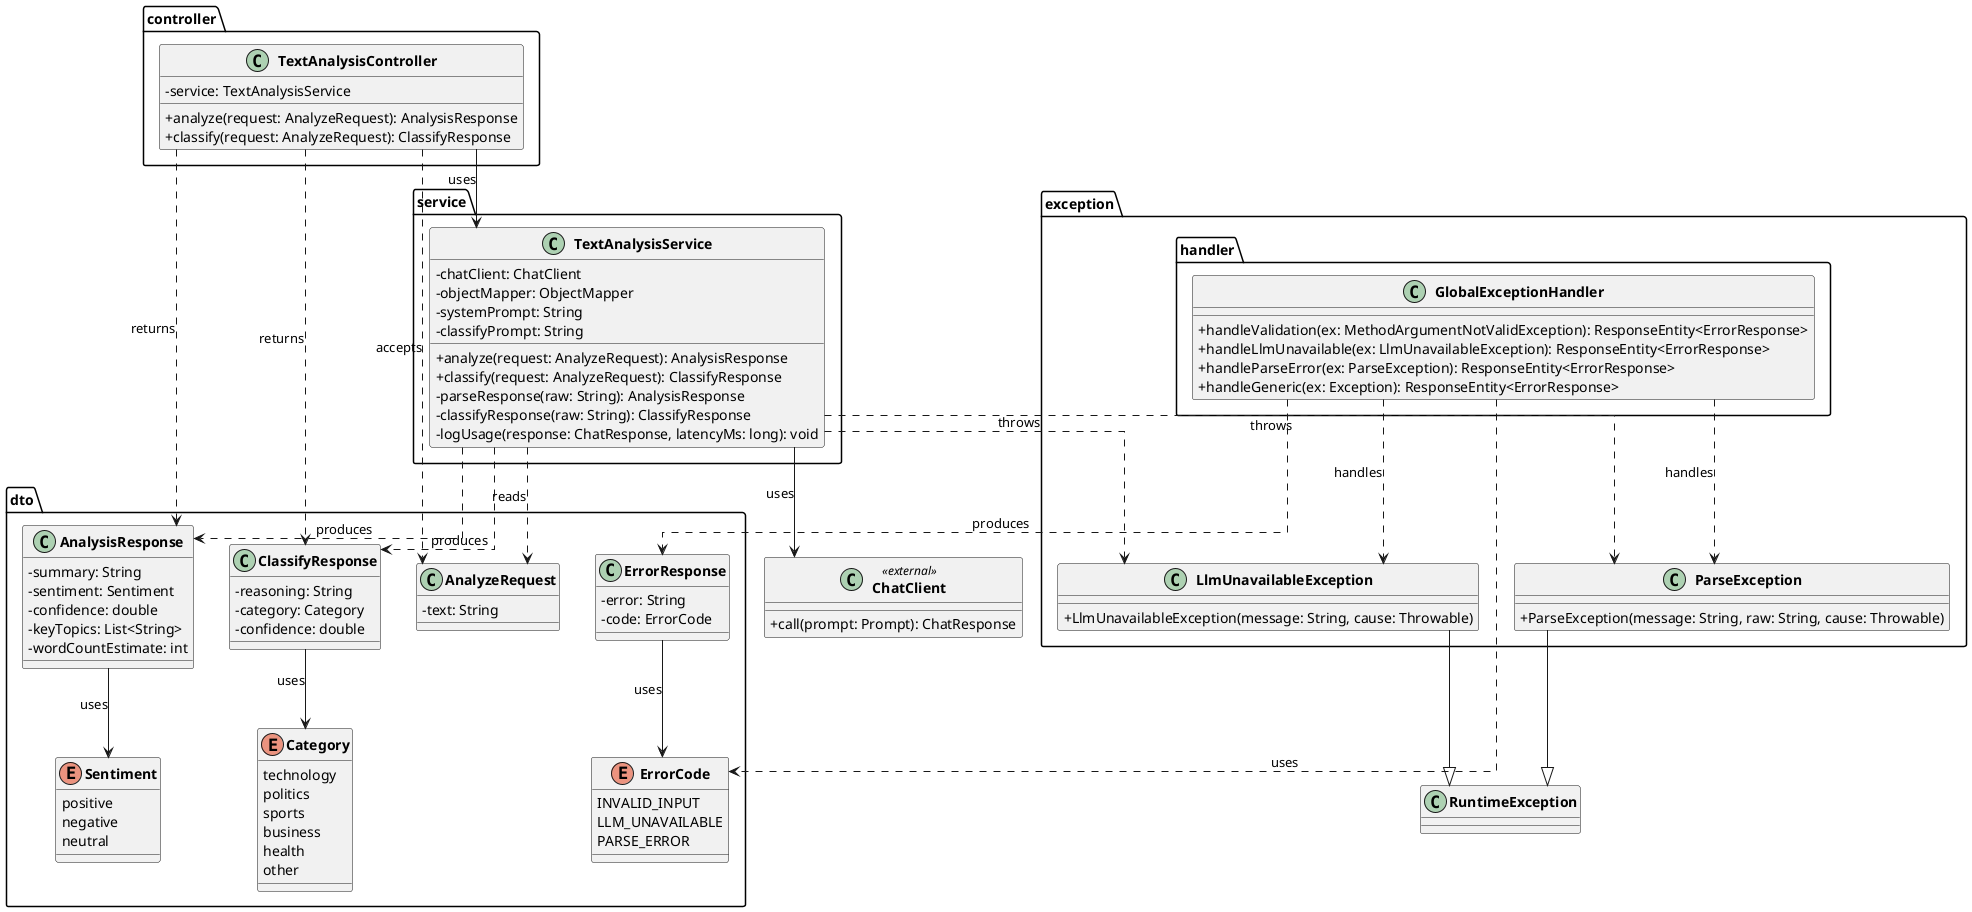
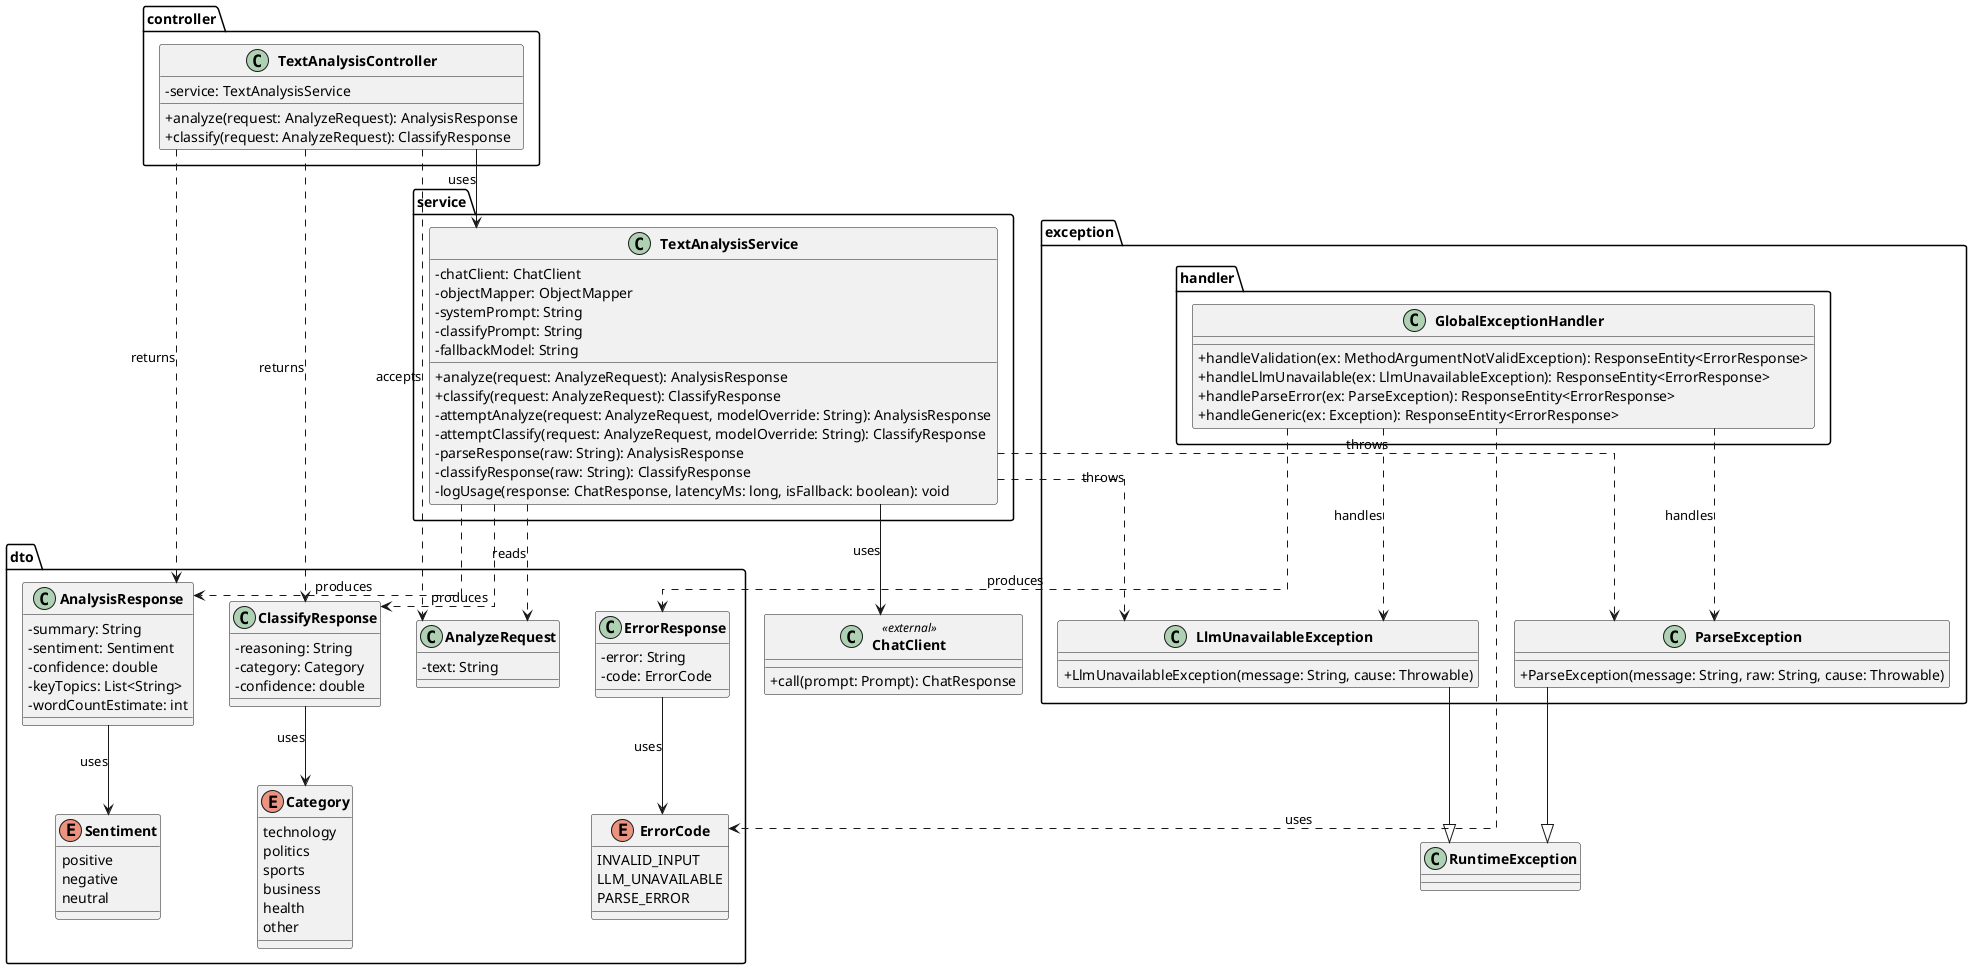
@startuml class-diagram

skinparam classAttributeIconSize 0
skinparam classFontStyle bold
skinparam linetype ortho

package "controller" {
  class TextAnalysisController {
    - service: TextAnalysisService
    + analyze(request: AnalyzeRequest): AnalysisResponse
    + classify(request: AnalyzeRequest): ClassifyResponse
  }
}

package "service" {
  class TextAnalysisService {
    - chatClient: ChatClient
    - objectMapper: ObjectMapper
    - systemPrompt: String
    - classifyPrompt: String
+     ' Week 3
+     - fallbackModel: String
    + analyze(request: AnalyzeRequest): AnalysisResponse
    + classify(request: AnalyzeRequest): ClassifyResponse
+     - attemptAnalyze(request: AnalyzeRequest, modelOverride: String): AnalysisResponse
+     - attemptClassify(request: AnalyzeRequest, modelOverride: String): ClassifyResponse
    - parseResponse(raw: String): AnalysisResponse
    - classifyResponse(raw: String): ClassifyResponse
-     - logUsage(response: ChatResponse, latencyMs: long): void
+     - logUsage(response: ChatResponse, latencyMs: long, isFallback: boolean): void
  }
}

package "dto" {
  class AnalyzeRequest {
    - text: String
  }

  ' Week 1
  class AnalysisResponse {
    - summary: String
    - sentiment: Sentiment
    - confidence: double
    - keyTopics: List<String>
    - wordCountEstimate: int
  }

  enum Sentiment {
    positive
    negative
    neutral
  }

  ' Week 2
  class ClassifyResponse {
    - reasoning: String
    - category: Category
    - confidence: double
  }

  enum Category {
    technology
    politics
    sports
    business
    health
    other
  }

  class ErrorResponse {
    - error: String
    - code: ErrorCode
  }

  enum ErrorCode {
    INVALID_INPUT
    LLM_UNAVAILABLE
    PARSE_ERROR
  }
}

package "exception" {
  class LlmUnavailableException {
    + LlmUnavailableException(message: String, cause: Throwable)
  }

  class ParseException {
    + ParseException(message: String, raw: String, cause: Throwable)
  }
}

package "exception.handler" {
  class GlobalExceptionHandler {
    + handleValidation(ex: MethodArgumentNotValidException): ResponseEntity<ErrorResponse>
    + handleLlmUnavailable(ex: LlmUnavailableException): ResponseEntity<ErrorResponse>
    + handleParseError(ex: ParseException): ResponseEntity<ErrorResponse>
    + handleGeneric(ex: Exception): ResponseEntity<ErrorResponse>
  }
}

' ── Dependencies ──────────────────────────────────────────────
TextAnalysisController --> TextAnalysisService : uses

TextAnalysisService --> ChatClient : uses

' ── Data flow (usage, not ownership) ──────────────────────────
TextAnalysisController ..> AnalyzeRequest : accepts
TextAnalysisController ..> AnalysisResponse : returns
TextAnalysisController ..> ClassifyResponse : returns

TextAnalysisService ..> AnalyzeRequest : reads
TextAnalysisService ..> AnalysisResponse : produces
TextAnalysisService ..> ClassifyResponse : produces

AnalysisResponse --> Sentiment : uses
ClassifyResponse --> Category : uses

' ── Exceptions thrown by service ──────────────────────────────
TextAnalysisService ..> LlmUnavailableException : «throws»
TextAnalysisService ..> ParseException : «throws»

' ── Exception handler intercepts ──────────────────────────────
GlobalExceptionHandler ..> LlmUnavailableException : «handles»
GlobalExceptionHandler ..> ParseException : «handles»
GlobalExceptionHandler ..> ErrorResponse : produces
GlobalExceptionHandler ..> ErrorCode : uses

' ── ErrorResponse uses ErrorCode enum ─────────────────────────
ErrorResponse --> ErrorCode : uses

' ── Exception hierarchy ────────────────────────────────────────
LlmUnavailableException --|> RuntimeException
ParseException --|> RuntimeException

' ── External dependency (Spring AI) ───────────────────────────
class ChatClient <<external>> {
  + call(prompt: Prompt): ChatResponse
}

@enduml
